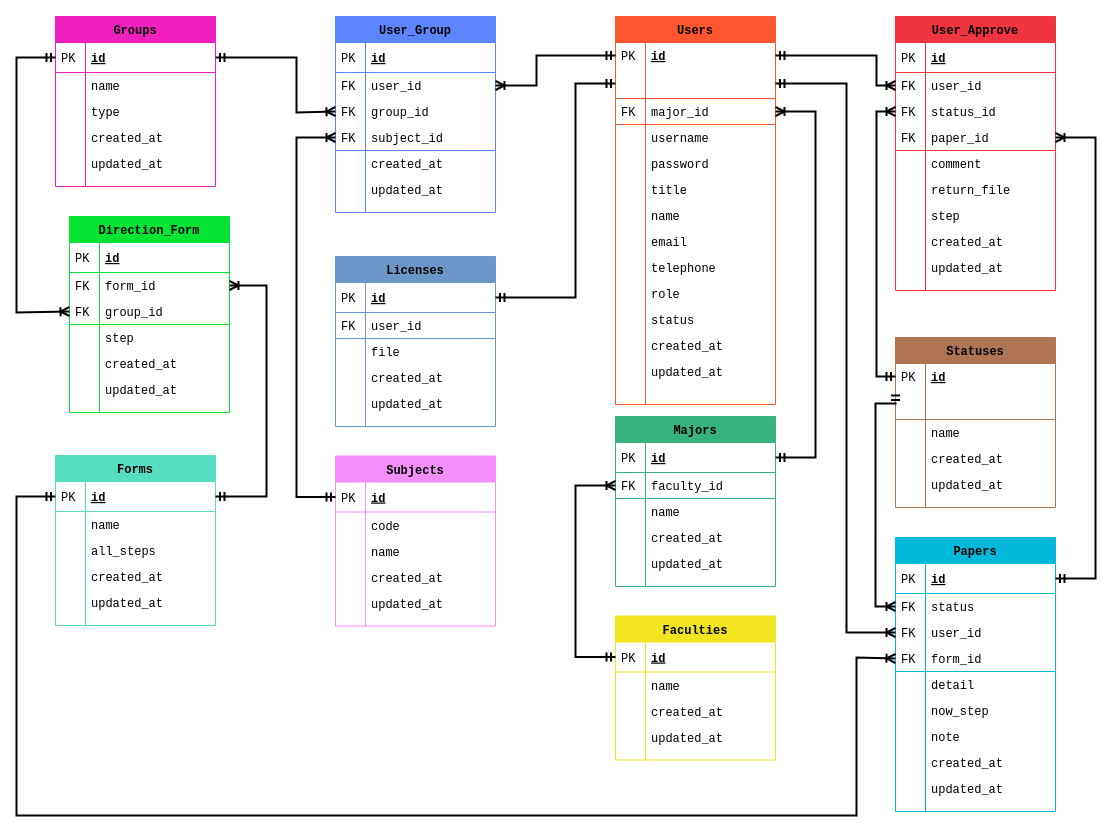
Supakoa/PojaBrokcaNaKha keeps this draw.io diagram as page "ER-ALL-MERGE" (9 of 9) of diagram/petition-er-diagram.drawio. Above is the earlier version. Source tidied: cells renumbered, new cells numbered last; positions are measured from the earlier drawing's top-left corner, leaving out a move shared by most shapes. Both pictures are drawn from the tidied source at 100%, with x=0, y=0 at pixel (16, 16).
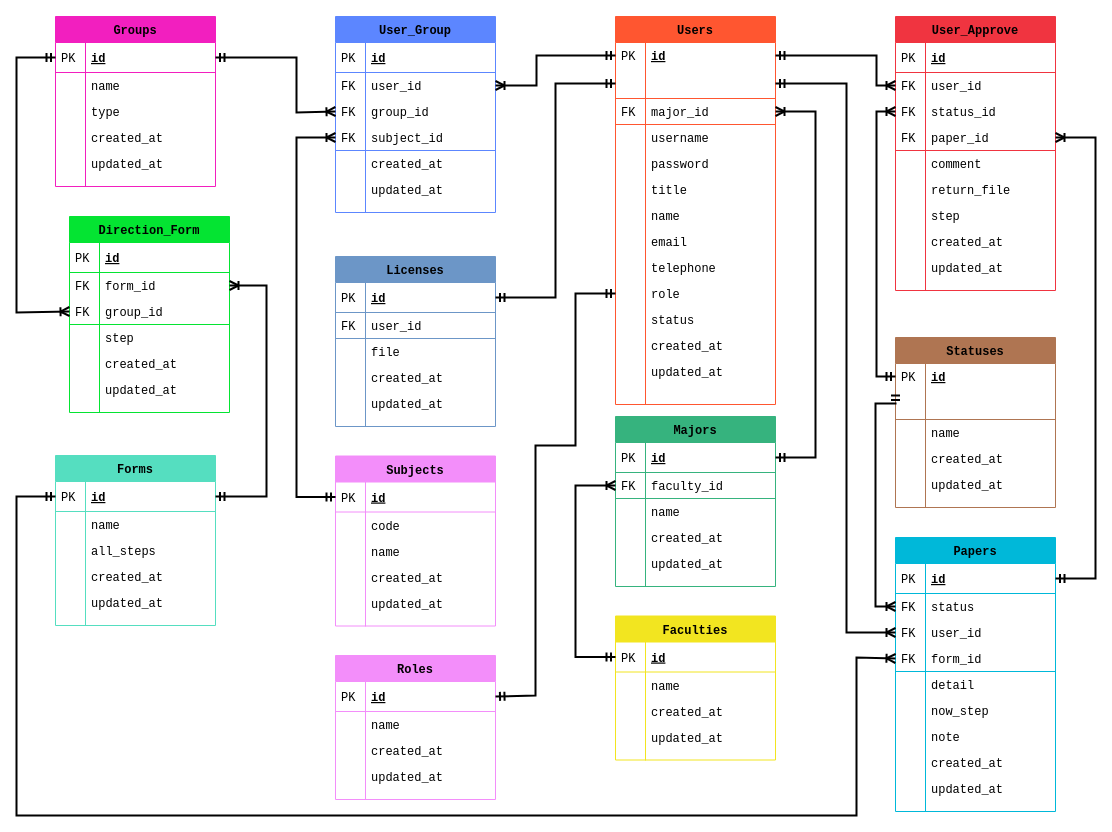
The same diagram, later.

The change refers to these unchanged cells:
```xml
<mxCell id="26" style="shape=partialRectangle;top=0;left=0;right=0;bottom=1;align=left;verticalAlign=middle;fillColor=none;spacingLeft=34;spacingRight=4;overflow=hidden;points=[[0,0.5],[1,0.5]];portConstraint=eastwest;fontStyle=5;fontSize=12;strokeColor=#FF5630;shadow=0;comic=0;fontColor=#000000;fontFamily=Courier New;" parent="23" vertex="1">
  <mxGeometry y="52" width="160" height="30" as="geometry" />
</mxCell>
<mxCell id="42" value="role" style="shape=partialRectangle;top=0;left=0;right=0;bottom=0;align=left;verticalAlign=top;fillColor=none;spacingLeft=34;spacingRight=4;overflow=hidden;points=[[0,0.5],[1,0.5]];portConstraint=eastwest;fontSize=12;shadow=0;comic=0;fontColor=#000000;fontFamily=Courier New;strokeColor=#FF5630;" parent="23" vertex="1">
  <mxGeometry y="264" width="160" height="26" as="geometry" />
</mxCell>
<mxCell id="92" value="id" style="shape=partialRectangle;top=0;left=0;right=0;bottom=1;align=left;verticalAlign=middle;fillColor=none;spacingLeft=34;spacingRight=4;overflow=hidden;points=[[0,0.5],[1,0.5]];portConstraint=eastwest;fontStyle=5;fontSize=12;strokeColor=#6C96C7;fontFamily=Courier New;" parent="91" vertex="1">
  <mxGeometry y="26" width="160" height="30" as="geometry" />
</mxCell>
```

The edit, as a diff of the source:
```diff
@@
     <mxCell id="104" style="edgeStyle=orthogonalEdgeStyle;rounded=0;jettySize=auto;html=1;startArrow=ERmandOne;startFill=0;endArrow=ERmandOne;endFill=0;strokeWidth=2;fontFamily=Courier New;fontSize=12;entryX=1;entryY=0.5;entryDx=0;entryDy=0;exitX=0;exitY=0.5;exitDx=0;exitDy=0;" parent="1" edge="1" source="26" target="92">
       <mxGeometry relative="1" as="geometry">
         <Array as="points">
-          <mxPoint x="559" y="67" />
-          <mxPoint x="559" y="281" />
+          <mxPoint x="539" y="67" />
+          <mxPoint x="539" y="281" />
         </Array>
       </mxGeometry>
     </mxCell>
@@
+    <mxCell id="208" value="Roles" style="swimlane;fontStyle=1;horizontal=1;startSize=26;fillColor=#F38EFA;swimlaneFillColor=#ffffff;align=center;fontSize=12;strokeColor=#F38EFA;fontFamily=Courier New;" parent="1" vertex="1">
+      <mxGeometry x="319" y="639" width="160" height="144" as="geometry" />
+    </mxCell>
+    <mxCell id="209" value="id" style="shape=partialRectangle;top=0;left=0;right=0;bottom=1;align=left;verticalAlign=middle;fillColor=none;spacingLeft=34;spacingRight=4;overflow=hidden;points=[[0,0.5],[1,0.5]];portConstraint=eastwest;fontStyle=5;fontSize=12;strokeColor=#F38EFA;fontFamily=Courier New;" parent="208" vertex="1">
+      <mxGeometry y="26" width="160" height="30" as="geometry" />
+    </mxCell>
+    <mxCell id="210" value="PK" style="shape=partialRectangle;top=0;left=0;bottom=0;fillColor=none;align=left;verticalAlign=middle;spacingLeft=4;spacingRight=4;overflow=hidden;fontSize=12;strokeColor=#F38EFA;fontFamily=Courier New;" parent="209" vertex="1">
+      <mxGeometry width="30" height="30" as="geometry" />
+    </mxCell>
+    <mxCell id="211" value="name" style="shape=partialRectangle;top=0;left=0;right=0;bottom=0;align=left;verticalAlign=top;fillColor=none;spacingLeft=34;spacingRight=4;overflow=hidden;fontSize=12;strokeColor=#F38EFA;fontFamily=Courier New;" parent="208" vertex="1">
+      <mxGeometry y="56" width="160" height="26" as="geometry" />
+    </mxCell>
+    <mxCell id="212" style="shape=partialRectangle;top=0;left=0;bottom=0;fillColor=none;align=left;verticalAlign=top;spacingLeft=4;spacingRight=4;overflow=hidden;fontSize=12;strokeColor=#F38EFA;fontFamily=Courier New;" parent="211" vertex="1">
+      <mxGeometry width="30" height="26" as="geometry" />
+    </mxCell>
+    <mxCell id="213" value="created_at" style="shape=partialRectangle;top=0;left=0;right=0;bottom=0;align=left;verticalAlign=top;fillColor=none;spacingLeft=34;spacingRight=4;overflow=hidden;fontSize=12;strokeColor=#F38EFA;fontFamily=Courier New;" parent="208" vertex="1">
+      <mxGeometry y="82" width="160" height="26" as="geometry" />
+    </mxCell>
+    <mxCell id="214" style="shape=partialRectangle;top=0;left=0;bottom=0;fillColor=none;align=left;verticalAlign=top;spacingLeft=4;spacingRight=4;overflow=hidden;fontSize=12;strokeColor=#F38EFA;fontFamily=Courier New;" parent="213" vertex="1">
+      <mxGeometry width="30" height="26" as="geometry" />
+    </mxCell>
+    <mxCell id="215" value="updated_at" style="shape=partialRectangle;top=0;left=0;right=0;bottom=0;align=left;verticalAlign=top;fillColor=none;spacingLeft=34;spacingRight=4;overflow=hidden;fontSize=12;strokeColor=#F38EFA;fontFamily=Courier New;" parent="208" vertex="1">
+      <mxGeometry y="108" width="160" height="26" as="geometry" />
+    </mxCell>
+    <mxCell id="216" style="shape=partialRectangle;top=0;left=0;bottom=0;fillColor=none;align=left;verticalAlign=top;spacingLeft=4;spacingRight=4;overflow=hidden;fontSize=12;strokeColor=#F38EFA;fontFamily=Courier New;" parent="215" vertex="1">
+      <mxGeometry width="30" height="26" as="geometry" />
+    </mxCell>
+    <mxCell id="217" style="shape=partialRectangle;top=0;left=0;right=0;bottom=0;align=left;verticalAlign=top;fillColor=none;spacingLeft=34;spacingRight=4;overflow=hidden;fontSize=12;strokeColor=#F38EFA;fontFamily=Courier New;" parent="208" vertex="1">
+      <mxGeometry y="134" width="160" height="10" as="geometry" />
+    </mxCell>
+    <mxCell id="218" style="shape=partialRectangle;top=0;left=0;bottom=0;fillColor=none;align=left;verticalAlign=top;spacingLeft=4;spacingRight=4;overflow=hidden;fontSize=12;strokeColor=#F38EFA;fontFamily=Courier New;" parent="217" vertex="1">
+      <mxGeometry width="30" height="10" as="geometry" />
+    </mxCell>
+    <mxCell id="219" style="edgeStyle=orthogonalEdgeStyle;rounded=0;jettySize=auto;html=1;exitX=0;exitY=0.5;exitDx=0;exitDy=0;entryX=1;entryY=0.5;entryDx=0;entryDy=0;strokeWidth=2;startArrow=ERmandOne;startFill=0;endArrow=ERmandOne;endFill=0;" parent="1" edge="1" source="42" target="209">
+      <mxGeometry relative="1" as="geometry">
+        <Array as="points">
+          <mxPoint x="559" y="277" />
+          <mxPoint x="559" y="429" />
+          <mxPoint x="519" y="429" />
+          <mxPoint x="519" y="679" />
+        </Array>
+      </mxGeometry>
+    </mxCell>
```
